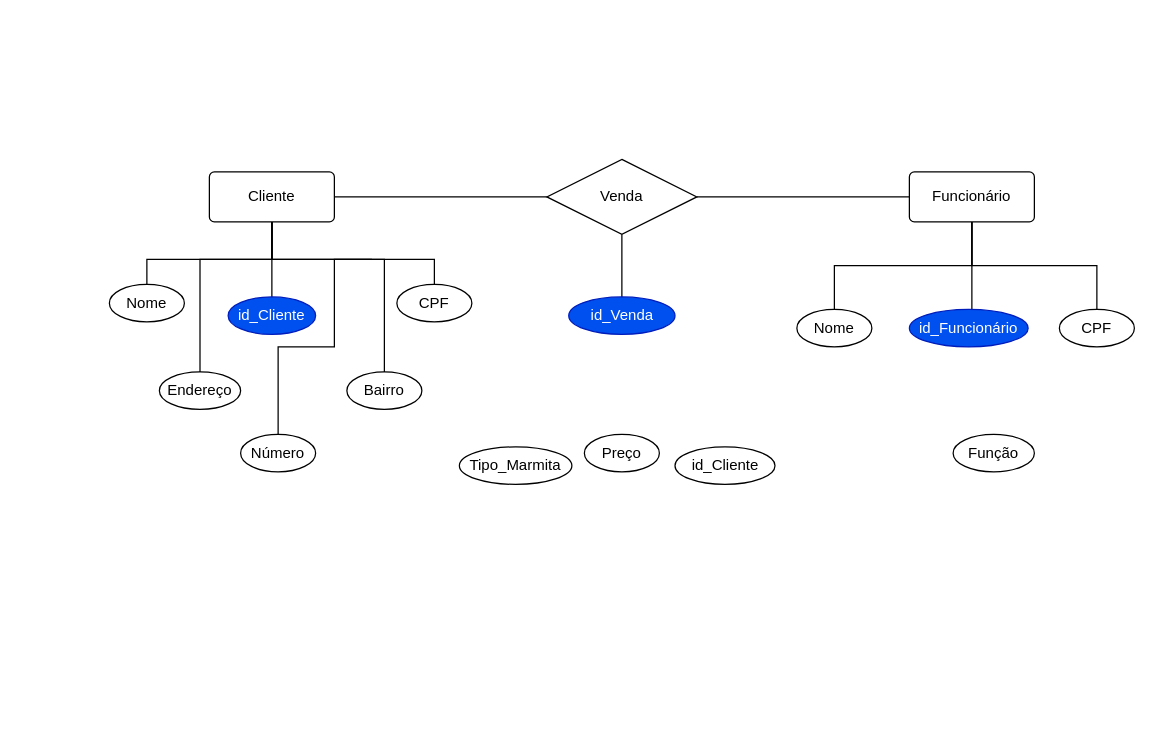
Earlier version of the draw.io diagram Untitled Diagram.drawio (HugoNovais/Projetoss). Source tidied: cells renumbered, new cells numbered last; positions are measured from the earlier drawing's top-left corner, leaving out a move shared by most shapes. Both pictures are drawn from the tidied source at 125%, with x=0, y=0 at pixel (109, 159).
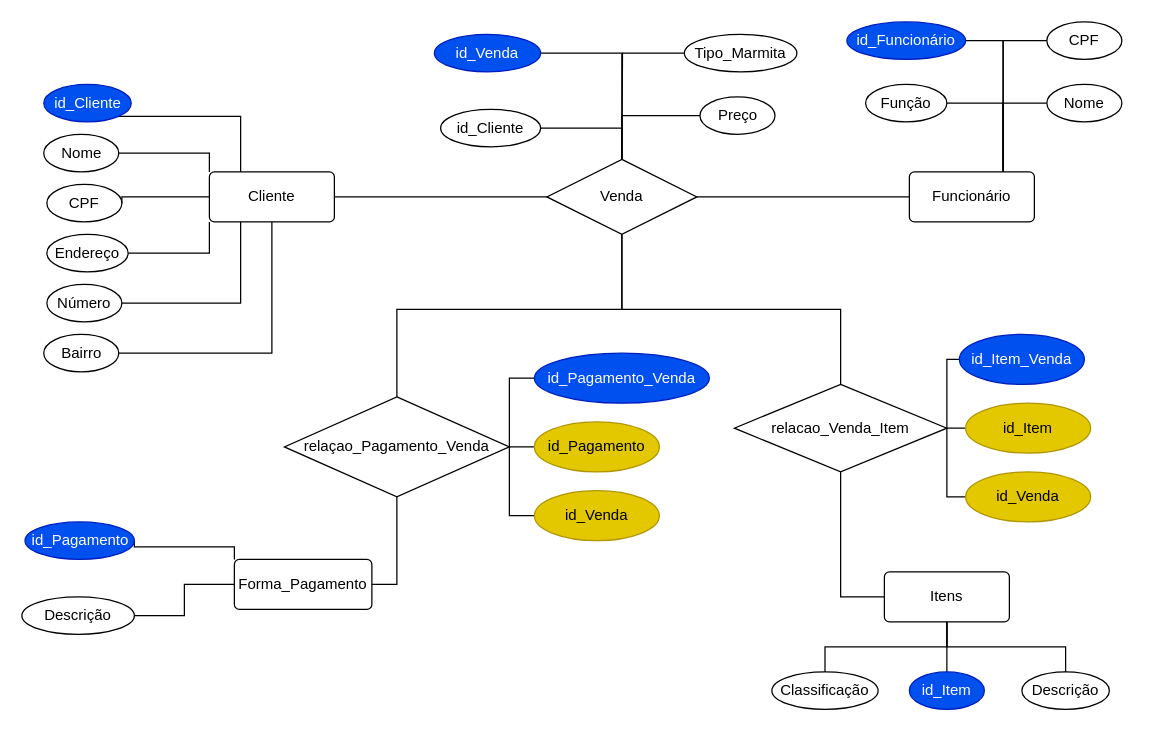
After the change.

The change refers to these unchanged cells:
```xml
<mxCell id="2" value="Venda" style="shape=rhombus;perimeter=rhombusPerimeter;whiteSpace=wrap;html=1;align=center;" parent="1" vertex="1">
  <mxGeometry x="350" width="120" height="60" as="geometry" />
</mxCell>
<mxCell id="4" value="Cliente" style="rounded=1;arcSize=10;whiteSpace=wrap;html=1;align=center;glass=0;shadow=0;" parent="1" vertex="1">
  <mxGeometry x="80" y="10" width="100" height="40" as="geometry" />
</mxCell>
<mxCell id="5" value="Funcionário" style="rounded=1;arcSize=10;whiteSpace=wrap;html=1;align=center;" parent="1" vertex="1">
  <mxGeometry x="640" y="10" width="100" height="40" as="geometry" />
</mxCell>
```

The edit, as a diff of the source:
```diff
@@
-    <mxCell id="3" style="edgeStyle=orthogonalEdgeStyle;rounded=0;jettySize=auto;html=1;endArrow=none;endFill=0;" parent="1" edge="1" source="4" target="8">
-      <mxGeometry relative="1" as="geometry" />
-    </mxCell>
@@
+    <mxCell id="31" style="edgeStyle=orthogonalEdgeStyle;rounded=0;jettySize=auto;html=1;exitX=1;exitY=1;exitDx=0;exitDy=0;entryX=0.25;entryY=0;entryDx=0;entryDy=0;endArrow=none;endFill=0;" parent="1" edge="1" source="8" target="4">
+      <mxGeometry relative="1" as="geometry" />
+    </mxCell>
     <mxCell id="8" value="id_Cliente" style="ellipse;whiteSpace=wrap;html=1;align=center;shadow=0;glass=0;fillColor=#0050ef;strokeColor=#001DBC;fontColor=#ffffff;" parent="1" vertex="1">
-      <mxGeometry x="95" y="110" width="70" height="30" as="geometry" />
+      <mxGeometry x="-52.5" y="-60" width="70" height="30" as="geometry" />
     </mxCell>
-    <mxCell id="9" style="edgeStyle=orthogonalEdgeStyle;rounded=0;jettySize=auto;html=1;entryX=0.5;entryY=1;entryDx=0;entryDy=0;endArrow=none;endFill=0;" parent="1" edge="1" source="10" target="4">
+    <mxCell id="9" style="edgeStyle=orthogonalEdgeStyle;rounded=0;jettySize=auto;html=1;exitX=1;exitY=0.5;exitDx=0;exitDy=0;entryX=0;entryY=0;entryDx=0;entryDy=0;endArrow=none;endFill=0;" parent="1" edge="1" source="10" target="4">
       <mxGeometry relative="1" as="geometry">
         <Array as="points">
-          <mxPoint x="30" y="80" />
-          <mxPoint x="130" y="80" />
+          <mxPoint x="80" y="-5" />
         </Array>
       </mxGeometry>
     </mxCell>
     <mxCell id="10" value="Nome" style="ellipse;whiteSpace=wrap;html=1;align=center;shadow=0;glass=0;" parent="1" vertex="1">
-      <mxGeometry y="100" width="60" height="30" as="geometry" />
+      <mxGeometry x="-52.5" y="-20" width="60" height="30" as="geometry" />
     </mxCell>
-    <mxCell id="11" style="edgeStyle=orthogonalEdgeStyle;rounded=0;jettySize=auto;html=1;exitX=0.5;exitY=0;exitDx=0;exitDy=0;entryX=0.5;entryY=1;entryDx=0;entryDy=0;endArrow=none;endFill=0;" parent="1" edge="1" source="12" target="4">
+    <mxCell id="11" style="edgeStyle=orthogonalEdgeStyle;rounded=0;jettySize=auto;html=1;exitX=1;exitY=0.5;exitDx=0;exitDy=0;entryX=0;entryY=0.5;entryDx=0;entryDy=0;endArrow=none;endFill=0;" parent="1" edge="1" source="12" target="4">
       <mxGeometry relative="1" as="geometry">
         <Array as="points">
-          <mxPoint x="260" y="80" />
-          <mxPoint x="130" y="80" />
+          <mxPoint x="10" y="30" />
         </Array>
       </mxGeometry>
     </mxCell>
     <mxCell id="12" value="CPF" style="ellipse;whiteSpace=wrap;html=1;align=center;shadow=0;glass=0;" parent="1" vertex="1">
-      <mxGeometry x="230" y="100" width="60" height="30" as="geometry" />
+      <mxGeometry x="-50" y="20" width="60" height="30" as="geometry" />
     </mxCell>
-    <mxCell id="13" style="edgeStyle=orthogonalEdgeStyle;rounded=0;jettySize=auto;html=1;exitX=0.5;exitY=0;exitDx=0;exitDy=0;entryX=0.5;entryY=1;entryDx=0;entryDy=0;endArrow=none;endFill=0;" parent="1" edge="1" source="14" target="4">
-      <mxGeometry relative="1" as="geometry">
-        <Array as="points">
-          <mxPoint x="73" y="80" />
-          <mxPoint x="130" y="80" />
-        </Array>
-      </mxGeometry>
+    <mxCell id="13" style="edgeStyle=orthogonalEdgeStyle;rounded=0;jettySize=auto;html=1;exitX=1;exitY=0.5;exitDx=0;exitDy=0;entryX=0;entryY=1;entryDx=0;entryDy=0;endArrow=none;endFill=0;" parent="1" edge="1" source="14" target="4">
+      <mxGeometry relative="1" as="geometry" />
     </mxCell>
     <mxCell id="14" value="Endereço" style="ellipse;whiteSpace=wrap;html=1;align=center;shadow=0;glass=0;" parent="1" vertex="1">
-      <mxGeometry x="40" y="170" width="65" height="30" as="geometry" />
+      <mxGeometry x="-50" y="60" width="65" height="30" as="geometry" />
     </mxCell>
-    <mxCell id="15" style="edgeStyle=orthogonalEdgeStyle;rounded=0;jettySize=auto;html=1;exitX=0.5;exitY=0;exitDx=0;exitDy=0;entryX=0.5;entryY=1;entryDx=0;entryDy=0;endArrow=none;endFill=0;" parent="1" edge="1" source="16" target="4">
-      <mxGeometry relative="1" as="geometry">
-        <Array as="points">
-          <mxPoint x="220" y="80" />
-          <mxPoint x="130" y="80" />
-        </Array>
-      </mxGeometry>
+    <mxCell id="15" style="edgeStyle=orthogonalEdgeStyle;rounded=0;jettySize=auto;html=1;exitX=1;exitY=0.5;exitDx=0;exitDy=0;entryX=0.5;entryY=1;entryDx=0;entryDy=0;endArrow=none;endFill=0;" parent="1" edge="1" source="16" target="4">
+      <mxGeometry relative="1" as="geometry" />
     </mxCell>
     <mxCell id="16" value="Bairro" style="ellipse;whiteSpace=wrap;html=1;align=center;shadow=0;glass=0;" parent="1" vertex="1">
-      <mxGeometry x="190" y="170" width="60" height="30" as="geometry" />
+      <mxGeometry x="-52.5" y="140" width="60" height="30" as="geometry" />
     </mxCell>
-    <mxCell id="17" style="edgeStyle=orthogonalEdgeStyle;rounded=0;jettySize=auto;html=1;exitX=0.5;exitY=0;exitDx=0;exitDy=0;endArrow=none;endFill=0;" parent="1" edge="1" source="18">
-      <mxGeometry relative="1" as="geometry">
-        <mxPoint x="210" y="80" as="targetPoint" />
-        <Array as="points">
-          <mxPoint x="135" y="150" />
-          <mxPoint x="180" y="150" />
-          <mxPoint x="180" y="80" />
-        </Array>
-      </mxGeometry>
-    </mxCell>
+    <mxCell id="32" style="edgeStyle=orthogonalEdgeStyle;rounded=0;jettySize=auto;html=1;exitX=1;exitY=0.5;exitDx=0;exitDy=0;entryX=0.25;entryY=1;entryDx=0;entryDy=0;endArrow=none;endFill=0;" parent="1" edge="1" source="18" target="4">
+      <mxGeometry relative="1" as="geometry" />
+    </mxCell>
     <mxCell id="18" value="Número" style="ellipse;whiteSpace=wrap;html=1;align=center;shadow=0;glass=0;" parent="1" vertex="1">
-      <mxGeometry x="105" y="220" width="60" height="30" as="geometry" />
+      <mxGeometry x="-50" y="100" width="60" height="30" as="geometry" />
     </mxCell>
-    <mxCell id="19" style="edgeStyle=orthogonalEdgeStyle;rounded=0;jettySize=auto;html=1;endArrow=none;endFill=0;" parent="1" edge="1" source="20" target="5">
-      <mxGeometry relative="1" as="geometry">
-        <Array as="points">
-          <mxPoint x="690" y="90" />
-          <mxPoint x="690" y="90" />
-        </Array>
-      </mxGeometry>
+    <mxCell id="19" style="edgeStyle=orthogonalEdgeStyle;rounded=0;jettySize=auto;html=1;exitX=1;exitY=0.5;exitDx=0;exitDy=0;entryX=0.75;entryY=0;entryDx=0;entryDy=0;endArrow=none;endFill=0;" parent="1" edge="1" source="20" target="5">
+      <mxGeometry relative="1" as="geometry" />
     </mxCell>
     <mxCell id="20" value="id_Funcionário" style="ellipse;whiteSpace=wrap;html=1;align=center;shadow=0;glass=0;fillColor=#0050ef;strokeColor=#001DBC;fontColor=#ffffff;" parent="1" vertex="1">
-      <mxGeometry x="640" y="120" width="95" height="30" as="geometry" />
+      <mxGeometry x="590" y="-110" width="95" height="30" as="geometry" />
     </mxCell>
-    <mxCell id="21" style="edgeStyle=orthogonalEdgeStyle;rounded=0;jettySize=auto;html=1;exitX=0.5;exitY=0;exitDx=0;exitDy=0;entryX=0.5;entryY=1;entryDx=0;entryDy=0;endArrow=none;endFill=0;" parent="1" edge="1" source="22" target="5">
+    <mxCell id="21" style="edgeStyle=orthogonalEdgeStyle;rounded=0;jettySize=auto;html=1;exitX=0;exitY=0.5;exitDx=0;exitDy=0;entryX=0.75;entryY=0;entryDx=0;entryDy=0;endArrow=none;endFill=0;" parent="1" edge="1" source="22" target="5">
       <mxGeometry relative="1" as="geometry" />
     </mxCell>
     <mxCell id="22" value="Nome" style="ellipse;whiteSpace=wrap;html=1;align=center;shadow=0;glass=0;" parent="1" vertex="1">
-      <mxGeometry x="550" y="120" width="60" height="30" as="geometry" />
+      <mxGeometry x="750" y="-60" width="60" height="30" as="geometry" />
     </mxCell>
-    <mxCell id="23" style="edgeStyle=orthogonalEdgeStyle;rounded=0;jettySize=auto;html=1;exitX=0.5;exitY=0;exitDx=0;exitDy=0;entryX=0.5;entryY=1;entryDx=0;entryDy=0;endArrow=none;endFill=0;" parent="1" edge="1" source="24" target="5">
+    <mxCell id="23" style="edgeStyle=orthogonalEdgeStyle;rounded=0;jettySize=auto;html=1;exitX=0;exitY=0.5;exitDx=0;exitDy=0;endArrow=none;endFill=0;entryX=0.75;entryY=0;entryDx=0;entryDy=0;" parent="1" edge="1" source="24" target="5">
       <mxGeometry relative="1" as="geometry" />
     </mxCell>
     <mxCell id="24" value="CPF" style="ellipse;whiteSpace=wrap;html=1;align=center;shadow=0;glass=0;" parent="1" vertex="1">
-      <mxGeometry x="760" y="120" width="60" height="30" as="geometry" />
+      <mxGeometry x="750" y="-110" width="60" height="30" as="geometry" />
     </mxCell>
+    <mxCell id="33" style="edgeStyle=orthogonalEdgeStyle;rounded=0;jettySize=auto;html=1;exitX=1;exitY=0.5;exitDx=0;exitDy=0;entryX=0.75;entryY=0;entryDx=0;entryDy=0;endArrow=none;endFill=0;" parent="1" edge="1" source="25" target="5">
+      <mxGeometry relative="1" as="geometry" />
+    </mxCell>
     <mxCell id="25" value="Função" style="ellipse;whiteSpace=wrap;html=1;align=center;shadow=0;glass=0;" parent="1" vertex="1">
-      <mxGeometry x="675" y="220" width="65" height="30" as="geometry" />
+      <mxGeometry x="605" y="-60" width="65" height="30" as="geometry" />
     </mxCell>
-    <mxCell id="26" style="edgeStyle=orthogonalEdgeStyle;rounded=0;jettySize=auto;html=1;exitX=0.5;exitY=0;exitDx=0;exitDy=0;entryX=0.5;entryY=1;entryDx=0;entryDy=0;endArrow=none;endFill=0;" parent="1" edge="1" source="27" target="2">
+    <mxCell id="26" style="edgeStyle=orthogonalEdgeStyle;rounded=0;jettySize=auto;html=1;exitX=1;exitY=0.5;exitDx=0;exitDy=0;entryX=0.5;entryY=0;entryDx=0;entryDy=0;endArrow=none;endFill=0;" parent="1" edge="1" source="27" target="2">
       <mxGeometry relative="1" as="geometry" />
     </mxCell>
     <mxCell id="27" value="id_Venda" style="ellipse;whiteSpace=wrap;html=1;align=center;shadow=0;glass=0;fillColor=#0050ef;strokeColor=#001DBC;fontColor=#ffffff;" parent="1" vertex="1">
-      <mxGeometry x="367.5" y="110" width="85" height="30" as="geometry" />
+      <mxGeometry x="260" y="-100" width="85" height="30" as="geometry" />
     </mxCell>
+    <mxCell id="34" style="edgeStyle=orthogonalEdgeStyle;rounded=0;jettySize=auto;html=1;endArrow=none;endFill=0;" parent="1" edge="1" source="28" target="2">
+      <mxGeometry relative="1" as="geometry" />
+    </mxCell>
     <mxCell id="28" value="Preço" style="ellipse;whiteSpace=wrap;html=1;align=center;shadow=0;glass=0;" parent="1" vertex="1">
-      <mxGeometry x="380" y="220" width="60" height="30" as="geometry" />
+      <mxGeometry x="472.5" y="-50" width="60" height="30" as="geometry" />
     </mxCell>
+    <mxCell id="35" style="edgeStyle=orthogonalEdgeStyle;rounded=0;jettySize=auto;html=1;exitX=0;exitY=0.5;exitDx=0;exitDy=0;endArrow=none;endFill=0;" parent="1" edge="1" source="29">
+      <mxGeometry relative="1" as="geometry">
+        <mxPoint x="410" as="targetPoint" />
+      </mxGeometry>
+    </mxCell>
     <mxCell id="29" value="Tipo_Marmita" style="ellipse;whiteSpace=wrap;html=1;align=center;shadow=0;glass=0;" parent="1" vertex="1">
-      <mxGeometry x="280" y="230" width="90" height="30" as="geometry" />
+      <mxGeometry x="460" y="-100" width="90" height="30" as="geometry" />
     </mxCell>
+    <mxCell id="36" style="edgeStyle=orthogonalEdgeStyle;rounded=0;jettySize=auto;html=1;endArrow=none;endFill=0;" parent="1" edge="1" source="30" target="2">
+      <mxGeometry relative="1" as="geometry" />
+    </mxCell>
     <mxCell id="30" value="id_Cliente" style="ellipse;whiteSpace=wrap;html=1;align=center;shadow=0;glass=0;" parent="1" vertex="1">
-      <mxGeometry x="452.5" y="230" width="80" height="30" as="geometry" />
+      <mxGeometry x="265" y="-40" width="80" height="30" as="geometry" />
     </mxCell>
+    <mxCell id="37" style="edgeStyle=orthogonalEdgeStyle;rounded=0;jettySize=auto;html=1;exitX=0.5;exitY=0;exitDx=0;exitDy=0;entryX=0.5;entryY=1;entryDx=0;entryDy=0;endArrow=none;endFill=0;" parent="1" edge="1" source="38" target="2">
+      <mxGeometry relative="1" as="geometry">
+        <Array as="points">
+          <mxPoint x="230" y="120" />
+          <mxPoint x="410" y="120" />
+        </Array>
+      </mxGeometry>
+    </mxCell>
+    <mxCell id="38" value="relaçao_Pagamento_Venda" style="shape=rhombus;perimeter=rhombusPerimeter;whiteSpace=wrap;html=1;align=center;shadow=0;glass=0;" parent="1" vertex="1">
+      <mxGeometry x="140" y="190" width="180" height="80" as="geometry" />
+    </mxCell>
+    <mxCell id="39" style="edgeStyle=orthogonalEdgeStyle;rounded=0;jettySize=auto;html=1;exitX=0.5;exitY=0;exitDx=0;exitDy=0;entryX=0.5;entryY=1;entryDx=0;entryDy=0;endArrow=none;endFill=0;" parent="1" edge="1" source="40" target="2">
+      <mxGeometry relative="1" as="geometry" />
+    </mxCell>
+    <mxCell id="40" value="relacao_Venda_Item" style="shape=rhombus;perimeter=rhombusPerimeter;whiteSpace=wrap;html=1;align=center;shadow=0;glass=0;" parent="1" vertex="1">
+      <mxGeometry x="500" y="180" width="170" height="70" as="geometry" />
+    </mxCell>
+    <mxCell id="41" style="edgeStyle=orthogonalEdgeStyle;rounded=0;jettySize=auto;html=1;exitX=0;exitY=0.5;exitDx=0;exitDy=0;entryX=0.5;entryY=1;entryDx=0;entryDy=0;endArrow=none;endFill=0;" parent="1" edge="1" source="42" target="40">
+      <mxGeometry relative="1" as="geometry" />
+    </mxCell>
+    <mxCell id="42" value="Itens" style="rounded=1;arcSize=10;whiteSpace=wrap;html=1;align=center;shadow=0;glass=0;" parent="1" vertex="1">
+      <mxGeometry x="620" y="330" width="100" height="40" as="geometry" />
+    </mxCell>
+    <mxCell id="43" style="edgeStyle=orthogonalEdgeStyle;rounded=0;jettySize=auto;html=1;exitX=1;exitY=0.5;exitDx=0;exitDy=0;entryX=0.5;entryY=1;entryDx=0;entryDy=0;endArrow=none;endFill=0;" parent="1" edge="1" source="44" target="38">
+      <mxGeometry relative="1" as="geometry" />
+    </mxCell>
+    <mxCell id="44" value="Forma_Pagamento" style="rounded=1;arcSize=10;whiteSpace=wrap;html=1;align=center;shadow=0;glass=0;" parent="1" vertex="1">
+      <mxGeometry x="100" y="320" width="110" height="40" as="geometry" />
+    </mxCell>
+    <mxCell id="45" style="edgeStyle=orthogonalEdgeStyle;rounded=0;jettySize=auto;html=1;exitX=1;exitY=0.5;exitDx=0;exitDy=0;entryX=0;entryY=0.5;entryDx=0;entryDy=0;endArrow=none;endFill=0;" parent="1" edge="1" source="46" target="44">
+      <mxGeometry relative="1" as="geometry" />
+    </mxCell>
+    <mxCell id="46" value="Descrição" style="ellipse;whiteSpace=wrap;html=1;align=center;shadow=0;glass=0;" parent="1" vertex="1">
+      <mxGeometry x="-70" y="350" width="90" height="30" as="geometry" />
+    </mxCell>
+    <mxCell id="47" style="edgeStyle=orthogonalEdgeStyle;rounded=0;jettySize=auto;html=1;exitX=0;exitY=0.5;exitDx=0;exitDy=0;endArrow=none;endFill=0;" parent="1" edge="1" source="48">
+      <mxGeometry relative="1" as="geometry">
+        <mxPoint x="320" y="230" as="targetPoint" />
+      </mxGeometry>
+    </mxCell>
+    <mxCell id="48" value="id_Pagamento" style="ellipse;whiteSpace=wrap;html=1;align=center;shadow=0;glass=0;fillColor=#e3c800;strokeColor=#B09500;fontColor=#000000;" parent="1" vertex="1">
+      <mxGeometry x="340" y="210" width="100" height="40" as="geometry" />
+    </mxCell>
+    <mxCell id="49" style="edgeStyle=orthogonalEdgeStyle;rounded=0;jettySize=auto;html=1;exitX=1;exitY=0.5;exitDx=0;exitDy=0;entryX=0;entryY=0;entryDx=0;entryDy=0;endArrow=none;endFill=0;" parent="1" edge="1" source="50" target="44">
+      <mxGeometry relative="1" as="geometry">
+        <Array as="points">
+          <mxPoint x="100" y="310" />
+        </Array>
+      </mxGeometry>
+    </mxCell>
+    <mxCell id="50" value="id_Pagamento" style="ellipse;whiteSpace=wrap;html=1;align=center;shadow=0;glass=0;fillColor=#0050ef;strokeColor=#001DBC;fontColor=#ffffff;" parent="1" vertex="1">
+      <mxGeometry x="-67.5" y="290" width="87.5" height="30" as="geometry" />
+    </mxCell>
+    <mxCell id="51" style="edgeStyle=orthogonalEdgeStyle;rounded=0;jettySize=auto;html=1;exitX=0;exitY=0.5;exitDx=0;exitDy=0;entryX=1;entryY=0.5;entryDx=0;entryDy=0;endArrow=none;endFill=0;" parent="1" edge="1" source="52" target="38">
+      <mxGeometry relative="1" as="geometry">
+        <Array as="points">
+          <mxPoint x="320" y="285" />
+        </Array>
+      </mxGeometry>
+    </mxCell>
+    <mxCell id="52" value="id_Venda" style="ellipse;whiteSpace=wrap;html=1;align=center;shadow=0;glass=0;fillColor=#e3c800;strokeColor=#B09500;fontColor=#000000;" parent="1" vertex="1">
+      <mxGeometry x="340" y="265" width="100" height="40" as="geometry" />
+    </mxCell>
+    <mxCell id="53" style="edgeStyle=orthogonalEdgeStyle;rounded=0;jettySize=auto;html=1;exitX=0;exitY=0.5;exitDx=0;exitDy=0;entryX=1;entryY=0.5;entryDx=0;entryDy=0;endArrow=none;endFill=0;" parent="1" edge="1" source="54" target="40">
+      <mxGeometry relative="1" as="geometry">
+        <Array as="points">
+          <mxPoint x="670" y="270" />
+        </Array>
+      </mxGeometry>
+    </mxCell>
+    <mxCell id="54" value="id_Venda" style="ellipse;whiteSpace=wrap;html=1;align=center;shadow=0;glass=0;fillColor=#e3c800;strokeColor=#B09500;fontColor=#000000;" parent="1" vertex="1">
+      <mxGeometry x="685" y="250" width="100" height="40" as="geometry" />
+    </mxCell>
+    <mxCell id="55" style="edgeStyle=orthogonalEdgeStyle;rounded=0;jettySize=auto;html=1;exitX=0;exitY=0.5;exitDx=0;exitDy=0;entryX=1;entryY=0.5;entryDx=0;entryDy=0;endArrow=none;endFill=0;" parent="1" edge="1" source="56" target="40">
+      <mxGeometry relative="1" as="geometry" />
+    </mxCell>
+    <mxCell id="56" value="id_Item" style="ellipse;whiteSpace=wrap;html=1;align=center;shadow=0;glass=0;fillColor=#e3c800;strokeColor=#B09500;fontColor=#000000;" parent="1" vertex="1">
+      <mxGeometry x="685" y="195" width="100" height="40" as="geometry" />
+    </mxCell>
+    <mxCell id="57" style="edgeStyle=orthogonalEdgeStyle;rounded=0;jettySize=auto;html=1;exitX=0;exitY=0.5;exitDx=0;exitDy=0;entryX=1;entryY=0.5;entryDx=0;entryDy=0;endArrow=none;endFill=0;" parent="1" edge="1" source="58" target="40">
+      <mxGeometry relative="1" as="geometry">
+        <Array as="points">
+          <mxPoint x="670" y="160" />
+        </Array>
+      </mxGeometry>
+    </mxCell>
+    <mxCell id="58" value="&lt;span style=&quot;color: rgb(255 , 255 , 255)&quot;&gt;id_Item_Venda&lt;/span&gt;" style="ellipse;whiteSpace=wrap;html=1;align=center;shadow=0;glass=0;fillColor=#0050ef;strokeColor=#001DBC;fontColor=#ffffff;" parent="1" vertex="1">
+      <mxGeometry x="680" y="140" width="100" height="40" as="geometry" />
+    </mxCell>
+    <mxCell id="59" style="edgeStyle=orthogonalEdgeStyle;rounded=0;jettySize=auto;html=1;exitX=0.5;exitY=0;exitDx=0;exitDy=0;entryX=0.5;entryY=1;entryDx=0;entryDy=0;endArrow=none;endFill=0;" parent="1" edge="1" source="60" target="42">
+      <mxGeometry relative="1" as="geometry" />
+    </mxCell>
+    <mxCell id="60" value="Classificação" style="ellipse;whiteSpace=wrap;html=1;align=center;shadow=0;glass=0;" parent="1" vertex="1">
+      <mxGeometry x="530" y="410" width="85" height="30" as="geometry" />
+    </mxCell>
+    <mxCell id="61" style="edgeStyle=orthogonalEdgeStyle;rounded=0;jettySize=auto;html=1;exitX=0.5;exitY=0;exitDx=0;exitDy=0;entryX=0.5;entryY=1;entryDx=0;entryDy=0;endArrow=none;endFill=0;" parent="1" edge="1" source="62" target="42">
+      <mxGeometry relative="1" as="geometry" />
+    </mxCell>
+    <mxCell id="62" value="id_Item" style="ellipse;whiteSpace=wrap;html=1;align=center;shadow=0;glass=0;fillColor=#0050ef;strokeColor=#001DBC;fontColor=#ffffff;" parent="1" vertex="1">
+      <mxGeometry x="640" y="410" width="60" height="30" as="geometry" />
+    </mxCell>
+    <mxCell id="63" style="edgeStyle=orthogonalEdgeStyle;rounded=0;jettySize=auto;html=1;exitX=0.5;exitY=0;exitDx=0;exitDy=0;entryX=0.5;entryY=1;entryDx=0;entryDy=0;endArrow=none;endFill=0;" parent="1" edge="1" source="64" target="42">
+      <mxGeometry relative="1" as="geometry" />
+    </mxCell>
+    <mxCell id="64" value="Descrição" style="ellipse;whiteSpace=wrap;html=1;align=center;shadow=0;glass=0;" parent="1" vertex="1">
+      <mxGeometry x="730" y="410" width="70" height="30" as="geometry" />
+    </mxCell>
+    <mxCell id="65" style="edgeStyle=orthogonalEdgeStyle;rounded=0;jettySize=auto;html=1;exitX=0;exitY=0.5;exitDx=0;exitDy=0;endArrow=none;endFill=0;" parent="1" edge="1" source="66" target="38">
+      <mxGeometry relative="1" as="geometry">
+        <Array as="points">
+          <mxPoint x="320" y="175" />
+        </Array>
+      </mxGeometry>
+    </mxCell>
+    <mxCell id="66" value="id_Pagamento_Venda" style="ellipse;whiteSpace=wrap;html=1;align=center;shadow=0;glass=0;fillColor=#0050ef;strokeColor=#001DBC;fontColor=#ffffff;" parent="1" vertex="1">
+      <mxGeometry x="340" y="155" width="140" height="40" as="geometry" />
+    </mxCell>
```
